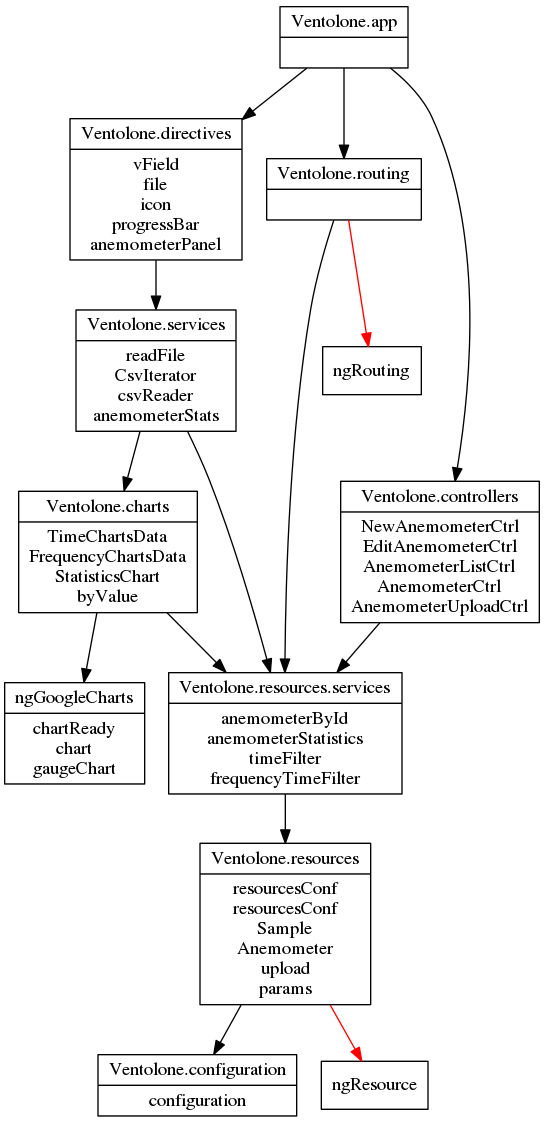
Above: dependencies-graph.png in VentolONE/ventolone-app (Graphviz), before the change. Its source is kept beside it as dependencies-graph.dot.
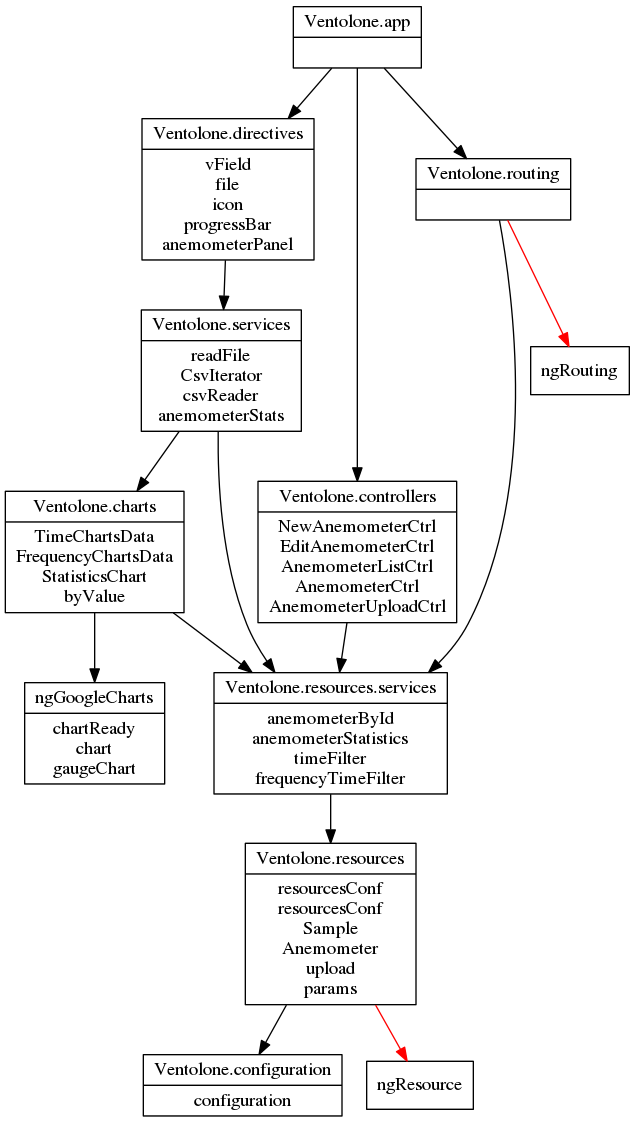
Above is the later version.

Commit message:
autogenerated dependencies-graph

What changed in the source:
```diff
@@ -1,38 +1,29 @@
 digraph dependencies{
-	node[shape="record"]
-"Ventolone.services"[label="{Ventolone.services|readFile\nCsvIterator\ncsvReader\nanemometerStats}"]
-"Ventolone.routing"[label="{Ventolone.routing|}"]
-"Ventolone.resources"[label="{Ventolone.resources|resourcesConf\nresourcesConf\nSample\nAnemometer\nupload\nparams}"]
-"Ventolone.resources.services"[label="{Ventolone.resources.services|anemometerById\nanemometerStatistics\ntimeFilter\nfrequencyTimeFilter}"]
-"Ventolone.app"[label="{Ventolone.app|}"]
-"ngGoogleCharts"[label="{ngGoogleCharts|chartReady\nchart\ngaugeChart}"]
-"Ventolone.directives"[label="{Ventolone.directives|vField\nfile\nicon\nprogressBar\nanemometerPanel}"]
-"Ventolone.controllers"[label="{Ventolone.controllers|NewAnemometerCtrl\nEditAnemometerCtrl\nAnemometerListCtrl\nAnemometerCtrl\nAnemometerUploadCtrl}"]
-"Ventolone.configuration"[label="{Ventolone.configuration|configuration}"]
-"Ventolone.charts"[label="{Ventolone.charts|TimeChartsData\nFrequencyChartsData\nStatisticsChart\nbyValue}"]
+  node[shape="record"]
+  "Ventolone.charts"[label="{Ventolone.charts|TimeChartsData\nFrequencyChartsData\nStatisticsChart\nbyValue}"]
+  "Ventolone.configuration"[label="{Ventolone.configuration|configuration}"]
+  "Ventolone.controllers"[label="{Ventolone.controllers|NewAnemometerCtrl\nEditAnemometerCtrl\nAnemometerListCtrl\nAnemometerCtrl\nAnemometerUploadCtrl}"]
+  "Ventolone.directives"[label="{Ventolone.directives|vField\nfile\nicon\nprogressBar\nanemometerPanel}"]
+  "ngGoogleCharts"[label="{ngGoogleCharts|chartReady\nchart\ngaugeChart}"]
+  "Ventolone.app"[label="{Ventolone.app|}"]
+  "Ventolone.resources.services"[label="{Ventolone.resources.services|anemometerById\nanemometerStatistics\ntimeFilter\nfrequencyTimeFilter}"]
+  "Ventolone.resources"[label="{Ventolone.resources|resourcesConf\nresourcesConf\nSample\nAnemometer\nupload\nparams}"]
+  "Ventolone.routing"[label="{Ventolone.routing|}"]
+  "Ventolone.services"[label="{Ventolone.services|readFile\nCsvIterator\ncsvReader\nanemometerStats}"]
 
 
-"Ventolone.charts" -> "ngGoogleCharts"
-"Ventolone.charts" -> "Ventolone.resources.services"
-
-
-"Ventolone.controllers" -> "Ventolone.resources.services"
-
-"Ventolone.directives" -> "Ventolone.services"
-
-
-"Ventolone.app" -> "Ventolone.controllers"
-"Ventolone.app" -> "Ventolone.directives"
-"Ventolone.app" -> "Ventolone.routing"
-
-"Ventolone.resources.services" -> "Ventolone.resources"
-
-"Ventolone.resources" -> "ngResource"[color="red"]
-"Ventolone.resources" -> "Ventolone.configuration"
-
-"Ventolone.routing" -> "ngRouting"[color="red"]
-"Ventolone.routing" -> "Ventolone.resources.services"
-
-"Ventolone.services" -> "Ventolone.charts"
-"Ventolone.services" -> "Ventolone.resources.services"
+  "Ventolone.charts" -> "ngGoogleCharts"  [color="black"]
+  "Ventolone.charts" -> "Ventolone.resources.services"  [color="black"]
+  "Ventolone.controllers" -> "Ventolone.resources.services"  [color="black"]
+  "Ventolone.directives" -> "Ventolone.services"  [color="black"]
+  "Ventolone.app" -> "Ventolone.controllers"  [color="black"]
+  "Ventolone.app" -> "Ventolone.directives"  [color="black"]
+  "Ventolone.app" -> "Ventolone.routing"  [color="black"]
+  "Ventolone.resources.services" -> "Ventolone.resources"  [color="black"]
+  "Ventolone.resources" -> "ngResource"  [color="red"]
+  "Ventolone.resources" -> "Ventolone.configuration"  [color="black"]
+  "Ventolone.routing" -> "ngRouting"  [color="red"]
+  "Ventolone.routing" -> "Ventolone.resources.services"  [color="black"]
+  "Ventolone.services" -> "Ventolone.charts"  [color="black"]
+  "Ventolone.services" -> "Ventolone.resources.services"  [color="black"]
 }
```
